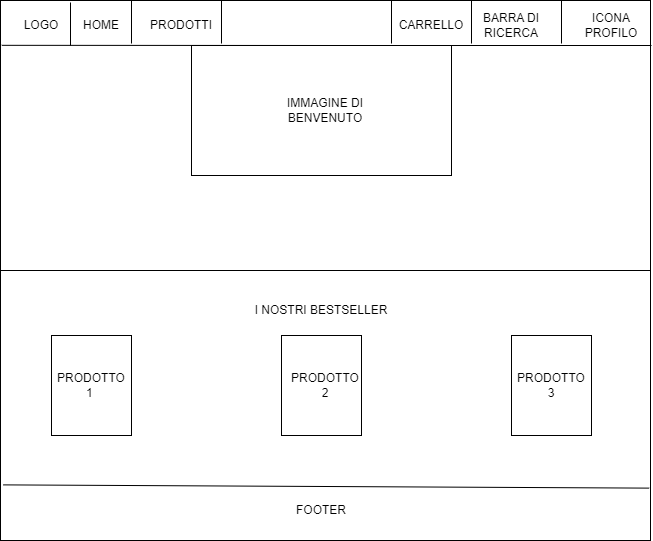
This is documenti/layout.png from lorenzanatale/Progettotsw2024, a draw.io export, as it was before one commit. Source tidied: cells renumbered, new cells last; positions are measured from the earlier drawing's top-left corner, leaving out a move shared by most shapes.
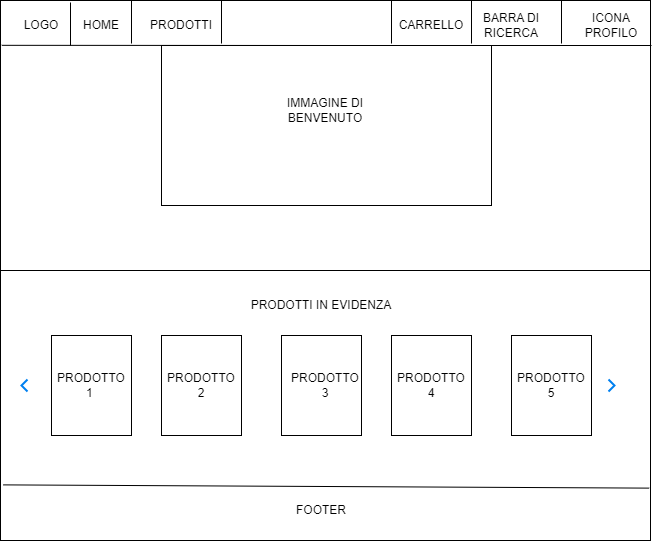
After the commit.

The edit, as a diff of the source:
```diff
@@ -59,7 +59,7 @@
       </mxGeometry>
     </mxCell>
     <mxCell id="15" style="rounded=0;whiteSpace=wrap;html=1;" parent="1" vertex="1">
-      <mxGeometry x="191" y="45" width="260" height="130" as="geometry" />
+      <mxGeometry x="161" y="45" width="330" height="160" as="geometry" />
     </mxCell>
     <mxCell id="16" style="endArrow=none;html=1;rounded=0;" parent="1" edge="1">
       <mxGeometry relative="1" as="geometry">
@@ -73,8 +73,8 @@
     <mxCell id="18" value="IMMAGINE DI BENVENUTO" style="text;strokeColor=none;align=center;fillColor=none;html=1;verticalAlign=middle;whiteSpace=wrap;rounded=0;" parent="1" vertex="1">
       <mxGeometry x="280" y="80" width="90" height="60" as="geometry" />
     </mxCell>
-    <mxCell id="19" value="I NOSTRI BESTSELLER" style="text;strokeColor=none;align=center;fillColor=none;html=1;verticalAlign=middle;whiteSpace=wrap;rounded=0;" parent="1" vertex="1">
-      <mxGeometry x="251" y="275" width="140" height="70" as="geometry" />
+    <mxCell id="19" value="PRODOTTI IN EVIDENZA" style="text;strokeColor=none;align=center;fillColor=none;html=1;verticalAlign=middle;whiteSpace=wrap;rounded=0;" parent="1" vertex="1">
+      <mxGeometry x="241" y="265" width="160" height="80" as="geometry" />
     </mxCell>
     <mxCell id="20" style="rounded=0;whiteSpace=wrap;html=1;" parent="1" vertex="1">
       <mxGeometry x="51" y="335" width="80" height="100" as="geometry" />
@@ -88,10 +88,10 @@
     <mxCell id="23" value="PRODOTTO 1&amp;nbsp;" style="text;strokeColor=none;align=center;fillColor=none;html=1;verticalAlign=middle;whiteSpace=wrap;rounded=0;" parent="1" vertex="1">
       <mxGeometry x="61" y="370" width="60" height="30" as="geometry" />
     </mxCell>
-    <mxCell id="24" value="PRODOTTO 2" style="text;strokeColor=none;align=center;fillColor=none;html=1;verticalAlign=middle;whiteSpace=wrap;rounded=0;" parent="1" vertex="1">
+    <mxCell id="24" value="PRODOTTO 3" style="text;strokeColor=none;align=center;fillColor=none;html=1;verticalAlign=middle;whiteSpace=wrap;rounded=0;" parent="1" vertex="1">
       <mxGeometry x="295" y="370" width="60" height="30" as="geometry" />
     </mxCell>
-    <mxCell id="25" value="PRODOTTO 3" style="text;strokeColor=none;align=center;fillColor=none;html=1;verticalAlign=middle;whiteSpace=wrap;rounded=0;" parent="1" vertex="1">
+    <mxCell id="25" value="PRODOTTO 5" style="text;strokeColor=none;align=center;fillColor=none;html=1;verticalAlign=middle;whiteSpace=wrap;rounded=0;" parent="1" vertex="1">
       <mxGeometry x="521" y="370" width="60" height="30" as="geometry" />
     </mxCell>
     <mxCell id="26" value="CARRELLO" style="text;strokeColor=none;align=center;fillColor=none;html=1;verticalAlign=middle;whiteSpace=wrap;rounded=0;" parent="1" vertex="1">
@@ -103,5 +103,20 @@
         <mxPoint x="391" as="targetPoint" />
       </mxGeometry>
     </mxCell>
+    <mxCell id="28" style="rounded=0;whiteSpace=wrap;html=1;" parent="1" vertex="1">
+      <mxGeometry x="161" y="335" width="80" height="100" as="geometry" />
+    </mxCell>
+    <mxCell id="29" value="PRODOTTO&lt;div&gt;4&lt;/div&gt;" style="rounded=0;whiteSpace=wrap;html=1;" parent="1" vertex="1">
+      <mxGeometry x="391" y="335" width="80" height="100" as="geometry" />
+    </mxCell>
+    <mxCell id="30" style="html=1;verticalLabelPosition=bottom;labelBackgroundColor=#ffffff;verticalAlign=top;shadow=0;dashed=0;strokeWidth=2;shape=mxgraph.ios7.misc.right;strokeColor=#0080f0;" parent="1" vertex="1">
+      <mxGeometry x="608" y="379" width="6" height="12" as="geometry" />
+    </mxCell>
+    <mxCell id="31" style="html=1;verticalLabelPosition=bottom;labelBackgroundColor=#ffffff;verticalAlign=top;shadow=0;dashed=0;strokeWidth=2;shape=mxgraph.ios7.misc.left;strokeColor=#0080f0;" parent="1" vertex="1">
+      <mxGeometry x="21" y="379" width="6" height="12" as="geometry" />
+    </mxCell>
+    <mxCell id="32" value="PRODOTTO 2" style="text;strokeColor=none;align=center;fillColor=none;html=1;verticalAlign=middle;whiteSpace=wrap;rounded=0;" parent="1" vertex="1">
+      <mxGeometry x="171" y="370" width="60" height="30" as="geometry" />
+    </mxCell>
   </root>
 </mxGraphModel>
```
